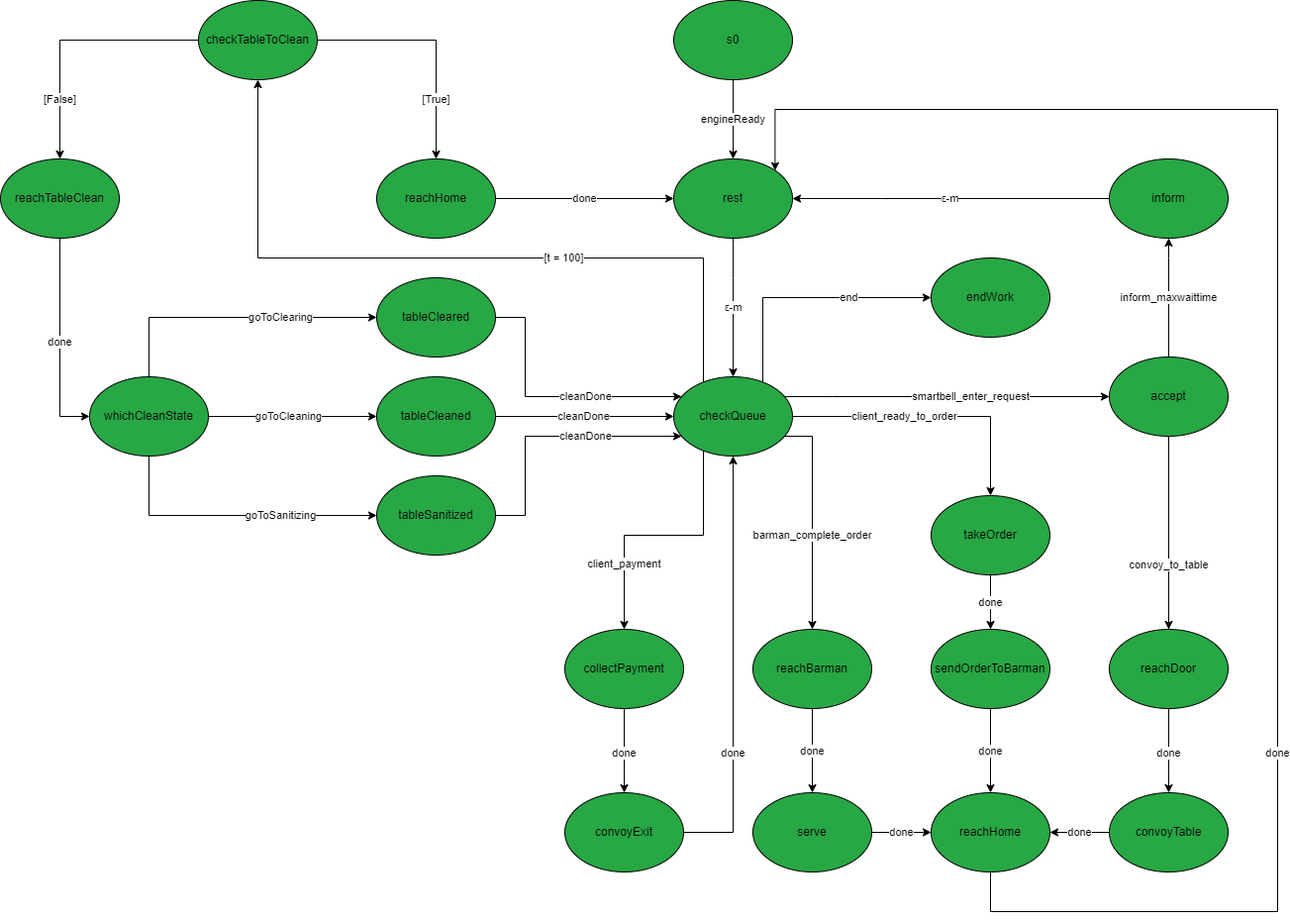
This is doc/assets/statiWaiterMind.png from it9tst/iss2020---UniBO, a draw.io export, as it was before one commit. Source tidied: cells renumbered, new cells last; positions are measured from the earlier drawing's top-left corner, leaving out a move shared by most shapes.
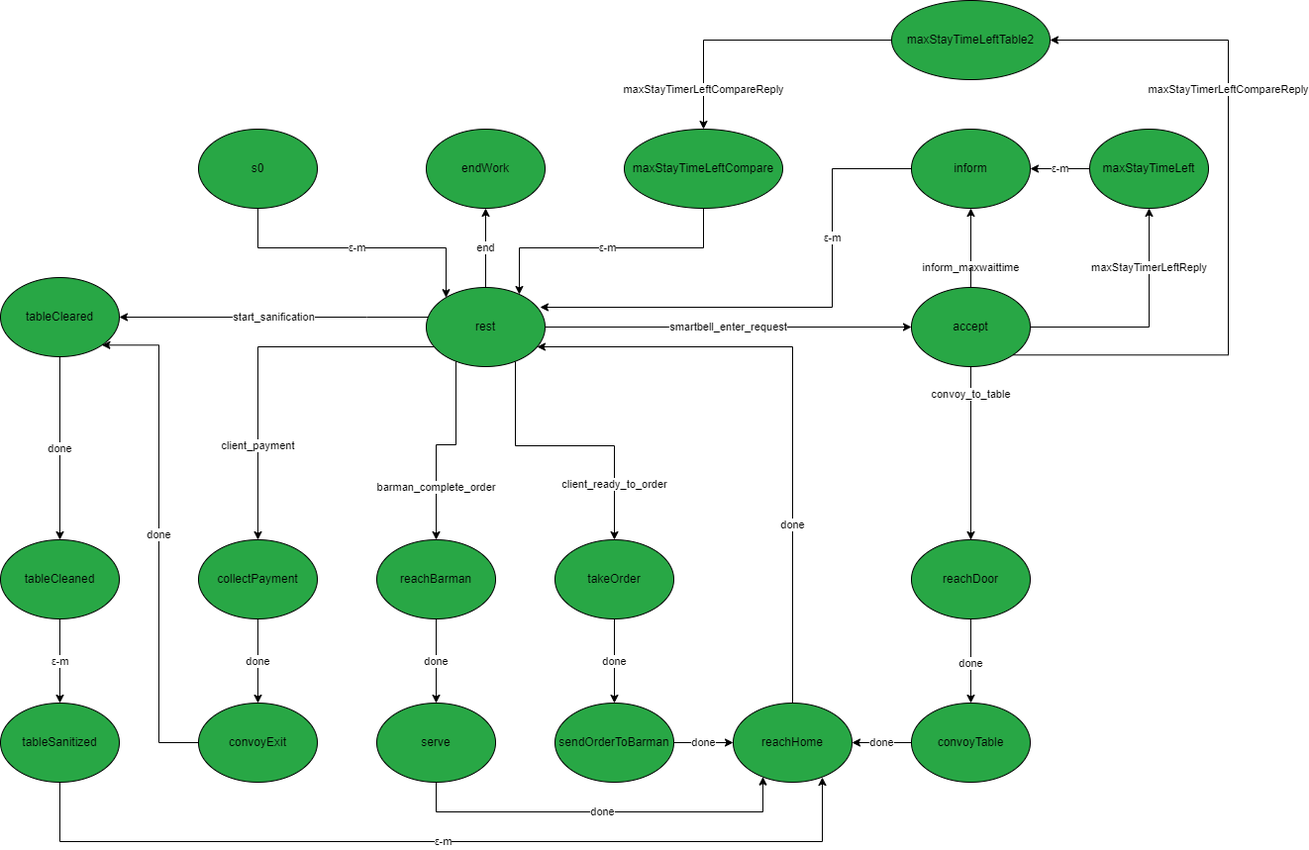
After the change.

The edit, as a diff of the source:
```diff
@@ -2,126 +2,136 @@
   <root>
     <mxCell id="0" />
     <mxCell id="1" parent="0" />
-    <mxCell id="2" value="ε-m" style="edgeStyle=orthogonalEdgeStyle;rounded=0;jettySize=auto;html=1;entryX=0.5;entryY=0;entryDx=0;entryDy=0;" parent="1" edge="1" source="3" target="10">
+    <mxCell id="2" value="ε-m" style="edgeStyle=orthogonalEdgeStyle;rounded=0;jettySize=auto;html=1;" parent="1" edge="1" source="3" target="10">
       <mxGeometry relative="1" as="geometry">
         <Array as="points">
-          <mxPoint x="740" y="280" />
-          <mxPoint x="740" y="280" />
+          <mxPoint x="650" y="340" />
         </Array>
       </mxGeometry>
     </mxCell>
-    <mxCell id="3" value="rest" style="ellipse;whiteSpace=wrap;html=1;fillColor=#28A745;" parent="1" vertex="1">
-      <mxGeometry x="680" y="160" width="120" height="80" as="geometry" />
+    <mxCell id="3" value="s0" style="ellipse;whiteSpace=wrap;html=1;fillColor=#28A745;" parent="1" vertex="1">
+      <mxGeometry x="400" y="220" width="120" height="80" as="geometry" />
     </mxCell>
     <mxCell id="4" value="smartbell_enter_request" style="edgeStyle=orthogonalEdgeStyle;rounded=0;jettySize=auto;html=1;" parent="1" edge="1" source="10" target="13">
-      <mxGeometry x="0.15" relative="1" as="geometry">
+      <mxGeometry relative="1" as="geometry">
         <Array as="points">
-          <mxPoint x="840" y="400" />
-          <mxPoint x="840" y="400" />
+          <mxPoint x="930" y="420" />
+          <mxPoint x="930" y="420" />
         </Array>
       </mxGeometry>
     </mxCell>
     <mxCell id="5" value="end" style="edgeStyle=orthogonalEdgeStyle;rounded=0;jettySize=auto;html=1;" parent="1" edge="1" source="10" target="14">
-      <mxGeometry x="0.35" relative="1" as="geometry">
+      <mxGeometry relative="1" as="geometry">
         <Array as="points">
-          <mxPoint x="770" y="300" />
+          <mxPoint x="690" y="290" />
+          <mxPoint x="690" y="290" />
         </Array>
       </mxGeometry>
     </mxCell>
     <mxCell id="6" value="client_ready_to_order" style="edgeStyle=orthogonalEdgeStyle;rounded=0;jettySize=auto;html=1;" parent="1" edge="1" source="10" target="16">
-      <mxGeometry x="-0.19" relative="1" as="geometry">
+      <mxGeometry x="0.6" relative="1" as="geometry">
         <Array as="points">
-          <mxPoint x="1000" y="420" />
+          <mxPoint x="720" y="540" />
+          <mxPoint x="820" y="540" />
         </Array>
       </mxGeometry>
     </mxCell>
     <mxCell id="7" value="barman_complete_order" style="edgeStyle=orthogonalEdgeStyle;rounded=0;jettySize=auto;html=1;" parent="1" edge="1" source="10" target="18">
-      <mxGeometry x="0.15" relative="1" as="geometry">
+      <mxGeometry x="0.47" relative="1" as="geometry">
         <Array as="points">
-          <mxPoint x="820" y="440" />
+          <mxPoint x="660" y="539" />
+          <mxPoint x="640" y="539" />
         </Array>
       </mxGeometry>
     </mxCell>
     <mxCell id="8" value="client_payment" style="edgeStyle=orthogonalEdgeStyle;rounded=0;jettySize=auto;html=1;" parent="1" edge="1" source="10" target="20">
       <mxGeometry x="0.49" relative="1" as="geometry">
         <Array as="points">
-          <mxPoint x="710" y="540" />
-          <mxPoint x="630" y="540" />
+          <mxPoint x="460" y="440" />
         </Array>
       </mxGeometry>
     </mxCell>
-    <mxCell id="9" value="[t = 100]" style="edgeStyle=orthogonalEdgeStyle;rounded=0;jettySize=auto;html=1;entryX=0.5;entryY=1;entryDx=0;entryDy=0;" parent="1" edge="1" source="10" target="45">
-      <mxGeometry x="-0.3" relative="1" as="geometry">
+    <mxCell id="9" value="start_sanification" style="edgeStyle=orthogonalEdgeStyle;rounded=0;jettySize=auto;html=1;" parent="1" edge="1" source="10" target="22">
+      <mxGeometry relative="1" as="geometry">
         <Array as="points">
-          <mxPoint x="710" y="260" />
-          <mxPoint x="260" y="260" />
+          <mxPoint x="570" y="410" />
+          <mxPoint x="570" y="410" />
         </Array>
       </mxGeometry>
     </mxCell>
-    <mxCell id="10" value="checkQueue" style="ellipse;whiteSpace=wrap;html=1;fillColor=#28A745;" parent="1" vertex="1">
-      <mxGeometry x="680" y="380" width="120" height="80" as="geometry" />
+    <mxCell id="10" value="rest" style="ellipse;whiteSpace=wrap;html=1;fillColor=#28A745;" parent="1" vertex="1">
+      <mxGeometry x="630" y="380" width="120" height="80" as="geometry" />
     </mxCell>
     <mxCell id="11" value="inform_maxwaittime" style="edgeStyle=orthogonalEdgeStyle;rounded=0;jettySize=auto;html=1;" parent="1" edge="1" source="13" target="24">
-      <mxGeometry relative="1" as="geometry">
+      <mxGeometry x="-0.5" relative="1" as="geometry">
         <Array as="points">
           <mxPoint x="1180" y="260" />
         </Array>
       </mxGeometry>
     </mxCell>
     <mxCell id="12" value="convoy_to_table" style="edgeStyle=orthogonalEdgeStyle;rounded=0;jettySize=auto;html=1;" parent="1" edge="1" source="13" target="26">
-      <mxGeometry x="0.33" relative="1" as="geometry">
+      <mxGeometry relative="1" as="geometry">
         <Array as="points">
           <mxPoint x="1180" y="360" />
         </Array>
       </mxGeometry>
     </mxCell>
+    <mxCell id="54" value="maxStayTimerLeftReply" style="edgeStyle=orthogonalEdgeStyle;rounded=0;jettySize=auto;html=1;entryX=0.5;entryY=1;entryDx=0;entryDy=0;" parent="1" edge="1" source="13" target="59">
+      <mxGeometry x="0.5" relative="1" as="geometry">
+        <Array as="points">
+          <mxPoint x="1360" y="420" />
+          <mxPoint x="1360" y="300" />
+        </Array>
+      </mxGeometry>
+    </mxCell>
+    <mxCell id="55" value="maxStayTimerLeftCompareReply" style="edgeStyle=orthogonalEdgeStyle;rounded=0;jettySize=auto;html=1;exitX=1;exitY=1;exitDx=0;exitDy=0;entryX=1;entryY=0.5;entryDx=0;entryDy=0;" parent="1" edge="1" source="13" target="61">
+      <mxGeometry x="0.36" relative="1" as="geometry">
+        <Array as="points">
+          <mxPoint x="1440" y="448" />
+          <mxPoint x="1440" y="130" />
+        </Array>
+      </mxGeometry>
+    </mxCell>
     <mxCell id="13" value="accept" style="ellipse;whiteSpace=wrap;html=1;fillColor=#28A745;" parent="1" vertex="1">
-      <mxGeometry x="1120" y="360" width="120" height="80" as="geometry" />
+      <mxGeometry x="1120" y="380" width="120" height="80" as="geometry" />
     </mxCell>
     <mxCell id="14" value="endWork" style="ellipse;whiteSpace=wrap;html=1;fillColor=#28A745;" parent="1" vertex="1">
-      <mxGeometry x="940" y="260" width="120" height="80" as="geometry" />
+      <mxGeometry x="630" y="220" width="120" height="80" as="geometry" />
     </mxCell>
     <mxCell id="15" value="done" style="edgeStyle=orthogonalEdgeStyle;rounded=0;jettySize=auto;html=1;" parent="1" edge="1" source="16" target="32">
       <mxGeometry relative="1" as="geometry" />
     </mxCell>
     <mxCell id="16" value="takeOrder" style="ellipse;whiteSpace=wrap;html=1;fillColor=#28A745;" parent="1" vertex="1">
-      <mxGeometry x="940" y="500" width="120" height="80" as="geometry" />
+      <mxGeometry x="760" y="635" width="120" height="80" as="geometry" />
     </mxCell>
     <mxCell id="17" value="done" style="edgeStyle=orthogonalEdgeStyle;rounded=0;jettySize=auto;html=1;" parent="1" edge="1" source="18" target="34">
       <mxGeometry relative="1" as="geometry" />
     </mxCell>
     <mxCell id="18" value="reachBarman" style="ellipse;whiteSpace=wrap;html=1;fillColor=#28A745;" parent="1" vertex="1">
-      <mxGeometry x="760" y="635" width="120" height="80" as="geometry" />
+      <mxGeometry x="580" y="635" width="120" height="80" as="geometry" />
     </mxCell>
     <mxCell id="19" value="done" style="edgeStyle=orthogonalEdgeStyle;rounded=0;jettySize=auto;html=1;" parent="1" edge="1" source="20" target="36">
-      <mxGeometry x="0.06" relative="1" as="geometry" />
+      <mxGeometry relative="1" as="geometry" />
     </mxCell>
     <mxCell id="20" value="collectPayment" style="ellipse;whiteSpace=wrap;html=1;fillColor=#28A745;" parent="1" vertex="1">
-      <mxGeometry x="570" y="635" width="120" height="80" as="geometry" />
+      <mxGeometry x="400" y="635" width="120" height="80" as="geometry" />
     </mxCell>
-    <mxCell id="21" value="cleanDone" style="edgeStyle=orthogonalEdgeStyle;rounded=0;jettySize=auto;html=1;" parent="1" edge="1" source="22" target="10">
-      <mxGeometry x="0.27" relative="1" as="geometry">
-        <Array as="points">
-          <mxPoint x="530" y="320" />
-          <mxPoint x="530" y="400" />
-        </Array>
-        <mxPoint x="1" as="offset" />
-      </mxGeometry>
+    <mxCell id="21" value="done" style="edgeStyle=orthogonalEdgeStyle;rounded=0;jettySize=auto;html=1;" parent="1" edge="1" source="22" target="38">
+      <mxGeometry relative="1" as="geometry" />
     </mxCell>
     <mxCell id="22" value="tableCleared" style="ellipse;whiteSpace=wrap;html=1;fillColor=#28A745;" parent="1" vertex="1">
-      <mxGeometry x="380" y="280" width="120" height="80" as="geometry" />
+      <mxGeometry x="200" y="370" width="120" height="80" as="geometry" />
     </mxCell>
-    <mxCell id="23" value="ε-m" style="edgeStyle=orthogonalEdgeStyle;rounded=0;jettySize=auto;html=1;entryX=1;entryY=0.5;entryDx=0;entryDy=0;" parent="1" edge="1" source="24" target="3">
-      <mxGeometry relative="1" as="geometry">
+    <mxCell id="23" value="ε-m" style="edgeStyle=orthogonalEdgeStyle;rounded=0;jettySize=auto;html=1;entryX=0.958;entryY=0.25;entryDx=0;entryDy=0;entryPerimeter=0;" parent="1" edge="1" source="24" target="10">
+      <mxGeometry x="-0.42" relative="1" as="geometry">
         <Array as="points">
-          <mxPoint x="890" y="200" />
-          <mxPoint x="890" y="200" />
+          <mxPoint x="1040" y="260" />
+          <mxPoint x="1040" y="400" />
         </Array>
-        <mxPoint x="-1" as="offset" />
       </mxGeometry>
     </mxCell>
     <mxCell id="24" value="inform" style="ellipse;whiteSpace=wrap;html=1;fillColor=#28A745;" parent="1" vertex="1">
-      <mxGeometry x="1120" y="160" width="120" height="80" as="geometry" />
+      <mxGeometry x="1120" y="220" width="120" height="80" as="geometry" />
     </mxCell>
     <mxCell id="25" value="done" style="edgeStyle=orthogonalEdgeStyle;rounded=0;jettySize=auto;html=1;" parent="1" edge="1" source="26" target="28">
       <mxGeometry x="0.54" relative="1" as="geometry">
@@ -145,13 +155,10 @@
     <mxCell id="28" value="convoyTable" style="ellipse;whiteSpace=wrap;html=1;fillColor=#28A745;" parent="1" vertex="1">
       <mxGeometry x="1120" y="800" width="120" height="80" as="geometry" />
     </mxCell>
-    <mxCell id="29" value="done" style="edgeStyle=orthogonalEdgeStyle;rounded=0;jettySize=auto;html=1;entryX=1;entryY=0;entryDx=0;entryDy=0;" parent="1" edge="1" source="30" target="3">
-      <mxGeometry x="-0.43" relative="1" as="geometry">
+    <mxCell id="29" value="done" style="edgeStyle=orthogonalEdgeStyle;rounded=0;jettySize=auto;html=1;" parent="1" edge="1" source="30" target="10">
+      <mxGeometry x="-0.42" relative="1" as="geometry">
         <Array as="points">
-          <mxPoint x="1000" y="920" />
-          <mxPoint x="1290" y="920" />
-          <mxPoint x="1290" y="110" />
-          <mxPoint x="782" y="110" />
+          <mxPoint x="1000" y="440" />
         </Array>
       </mxGeometry>
     </mxCell>
@@ -162,107 +169,69 @@
       <mxGeometry relative="1" as="geometry" />
     </mxCell>
     <mxCell id="32" value="sendOrderToBarman" style="ellipse;whiteSpace=wrap;html=1;fillColor=#28A745;" parent="1" vertex="1">
-      <mxGeometry x="940" y="635" width="120" height="80" as="geometry" />
+      <mxGeometry x="760" y="800" width="120" height="80" as="geometry" />
     </mxCell>
     <mxCell id="33" value="done" style="edgeStyle=orthogonalEdgeStyle;rounded=0;jettySize=auto;html=1;" parent="1" edge="1" source="34" target="30">
       <mxGeometry relative="1" as="geometry">
         <Array as="points">
-          <mxPoint x="810" y="840" />
-          <mxPoint x="810" y="840" />
+          <mxPoint x="640" y="910" />
+          <mxPoint x="970" y="910" />
         </Array>
       </mxGeometry>
     </mxCell>
     <mxCell id="34" value="serve" style="ellipse;whiteSpace=wrap;html=1;fillColor=#28A745;" parent="1" vertex="1">
-      <mxGeometry x="760" y="800" width="120" height="80" as="geometry" />
+      <mxGeometry x="580" y="800" width="120" height="80" as="geometry" />
     </mxCell>
-    <mxCell id="35" value="done" style="edgeStyle=orthogonalEdgeStyle;rounded=0;jettySize=auto;html=1;entryX=0.5;entryY=1;entryDx=0;entryDy=0;" parent="1" edge="1" source="36" target="10">
-      <mxGeometry x="-0.4" relative="1" as="geometry">
+    <mxCell id="35" value="done" style="edgeStyle=orthogonalEdgeStyle;rounded=0;jettySize=auto;html=1;entryX=1;entryY=1;entryDx=0;entryDy=0;" parent="1" edge="1" source="36" target="22">
+      <mxGeometry relative="1" as="geometry">
         <Array as="points">
-          <mxPoint x="740" y="840" />
+          <mxPoint x="360" y="840" />
+          <mxPoint x="360" y="438" />
         </Array>
       </mxGeometry>
     </mxCell>
     <mxCell id="36" value="convoyExit" style="ellipse;whiteSpace=wrap;html=1;fillColor=#28A745;" parent="1" vertex="1">
-      <mxGeometry x="570" y="800" width="120" height="80" as="geometry" />
+      <mxGeometry x="400" y="800" width="120" height="80" as="geometry" />
     </mxCell>
-    <mxCell id="37" value="cleanDone" style="edgeStyle=orthogonalEdgeStyle;rounded=0;jettySize=auto;html=1;" parent="1" edge="1" source="38" target="10">
-      <mxGeometry relative="1" as="geometry">
-        <Array as="points">
-          <mxPoint x="490" y="420" />
-          <mxPoint x="490" y="420" />
-        </Array>
-        <mxPoint x="-1" as="offset" />
-      </mxGeometry>
-    </mxCell>
+    <mxCell id="56" value="ε-m" style="edgeStyle=orthogonalEdgeStyle;rounded=0;jettySize=auto;html=1;" parent="1" edge="1" source="38" target="40">
+      <mxGeometry relative="1" as="geometry" />
+    </mxCell>
     <mxCell id="38" value="tableCleaned" style="ellipse;whiteSpace=wrap;html=1;fillColor=#28A745;" parent="1" vertex="1">
-      <mxGeometry x="380" y="380" width="120" height="80" as="geometry" />
+      <mxGeometry x="200" y="635" width="120" height="80" as="geometry" />
     </mxCell>
-    <mxCell id="39" value="cleanDone" style="edgeStyle=orthogonalEdgeStyle;rounded=0;jettySize=auto;html=1;exitX=1;exitY=0.5;exitDx=0;exitDy=0;" parent="1" edge="1" source="40" target="10">
-      <mxGeometry x="0.27" relative="1" as="geometry">
-        <Array as="points">
-          <mxPoint x="530" y="520" />
-          <mxPoint x="530" y="440" />
-        </Array>
-        <mxPoint x="1" as="offset" />
-      </mxGeometry>
-    </mxCell>
+    <mxCell id="57" value="ε-m" style="edgeStyle=orthogonalEdgeStyle;rounded=0;jettySize=auto;html=1;entryX=0.75;entryY=0.938;entryDx=0;entryDy=0;entryPerimeter=0;" parent="1" edge="1" source="40" target="30">
+      <mxGeometry relative="1" as="geometry">
+        <Array as="points">
+          <mxPoint x="260" y="940" />
+          <mxPoint x="1030" y="940" />
+        </Array>
+      </mxGeometry>
+    </mxCell>
     <mxCell id="40" value="tableSanitized" style="ellipse;whiteSpace=wrap;html=1;fillColor=#28A745;" parent="1" vertex="1">
-      <mxGeometry x="380" y="480" width="120" height="80" as="geometry" />
+      <mxGeometry x="200" y="800" width="120" height="80" as="geometry" />
     </mxCell>
-    <mxCell id="41" value="s0" style="ellipse;whiteSpace=wrap;html=1;fillColor=#28A745;" parent="1" vertex="1">
-      <mxGeometry x="680" width="120" height="80" as="geometry" />
-    </mxCell>
-    <mxCell id="42" value="engineReady" style="edgeStyle=orthogonalEdgeStyle;rounded=0;jettySize=auto;html=1;exitX=0.5;exitY=1;exitDx=0;exitDy=0;" parent="1" edge="1" source="41" target="3">
-      <mxGeometry relative="1" as="geometry">
-        <Array as="points">
-          <mxPoint x="740" y="80" />
-        </Array>
-      </mxGeometry>
-    </mxCell>
-    <mxCell id="43" value="[True]" style="edgeStyle=orthogonalEdgeStyle;rounded=0;jettySize=auto;html=1;entryX=0.5;entryY=0;entryDx=0;entryDy=0;exitX=1;exitY=0.5;exitDx=0;exitDy=0;" parent="1" edge="1" source="45" target="47">
-      <mxGeometry x="0.5" relative="1" as="geometry">
-        <Array as="points">
-          <mxPoint x="440" y="40" />
-        </Array>
-      </mxGeometry>
-    </mxCell>
-    <mxCell id="44" value="[False]" style="edgeStyle=orthogonalEdgeStyle;rounded=0;jettySize=auto;html=1;entryX=0.5;entryY=0;entryDx=0;entryDy=0;" parent="1" edge="1" source="45" target="49">
-      <mxGeometry x="0.54" relative="1" as="geometry" />
-    </mxCell>
-    <mxCell id="45" value="checkTableToClean" style="ellipse;whiteSpace=wrap;html=1;fillColor=#28A745;" parent="1" vertex="1">
-      <mxGeometry x="200" width="120" height="80" as="geometry" />
-    </mxCell>
-    <mxCell id="46" value="done" style="edgeStyle=orthogonalEdgeStyle;rounded=0;jettySize=auto;html=1;" parent="1" edge="1" source="47" target="3">
-      <mxGeometry relative="1" as="geometry" />
-    </mxCell>
-    <mxCell id="47" value="reachHome" style="ellipse;whiteSpace=wrap;html=1;fillColor=#28A745;" parent="1" vertex="1">
-      <mxGeometry x="380" y="160" width="120" height="80" as="geometry" />
-    </mxCell>
-    <mxCell id="48" value="done" style="edgeStyle=orthogonalEdgeStyle;rounded=0;jettySize=auto;html=1;entryX=0;entryY=0.5;entryDx=0;entryDy=0;" parent="1" edge="1" source="49" target="53">
-      <mxGeometry relative="1" as="geometry" />
-    </mxCell>
-    <mxCell id="49" value="reachTableClean" style="ellipse;whiteSpace=wrap;html=1;fillColor=#28A745;" parent="1" vertex="1">
-      <mxGeometry y="160" width="120" height="80" as="geometry" />
-    </mxCell>
-    <mxCell id="50" value="goToClearing" style="edgeStyle=orthogonalEdgeStyle;rounded=0;jettySize=auto;html=1;entryX=0;entryY=0.5;entryDx=0;entryDy=0;" parent="1" edge="1" source="53" target="22">
-      <mxGeometry x="0.33" relative="1" as="geometry">
-        <Array as="points">
-          <mxPoint x="150" y="320" />
-        </Array>
-      </mxGeometry>
-    </mxCell>
-    <mxCell id="51" value="goToCleaning" style="edgeStyle=orthogonalEdgeStyle;rounded=0;jettySize=auto;html=1;" parent="1" edge="1" source="53" target="38">
-      <mxGeometry x="-0.05" relative="1" as="geometry" />
-    </mxCell>
-    <mxCell id="52" value="goToSanitizing" style="edgeStyle=orthogonalEdgeStyle;rounded=0;jettySize=auto;html=1;entryX=0;entryY=0.5;entryDx=0;entryDy=0;" parent="1" edge="1" source="53" target="40">
-      <mxGeometry x="0.33" relative="1" as="geometry">
-        <Array as="points">
-          <mxPoint x="150" y="520" />
-        </Array>
-      </mxGeometry>
-    </mxCell>
-    <mxCell id="53" value="whichCleanState" style="ellipse;whiteSpace=wrap;html=1;fillColor=#28A745;" parent="1" vertex="1">
-      <mxGeometry x="90" y="380" width="120" height="80" as="geometry" />
-    </mxCell>
+    <mxCell id="58" value="ε-m" style="edgeStyle=orthogonalEdgeStyle;rounded=0;jettySize=auto;html=1;entryX=1;entryY=0.5;entryDx=0;entryDy=0;" parent="1" edge="1" source="59" target="24">
+      <mxGeometry relative="1" as="geometry" />
+    </mxCell>
+    <mxCell id="59" value="maxStayTimeLeft" style="ellipse;whiteSpace=wrap;html=1;fillColor=#28A745;" parent="1" vertex="1">
+      <mxGeometry x="1300" y="220" width="120" height="80" as="geometry" />
+    </mxCell>
+    <mxCell id="60" value="maxStayTimerLeftCompareReply" style="edgeStyle=orthogonalEdgeStyle;rounded=0;jettySize=auto;html=1;entryX=0.5;entryY=0;entryDx=0;entryDy=0;" parent="1" edge="1" source="61" target="63">
+      <mxGeometry x="0.71" relative="1" as="geometry" />
+    </mxCell>
+    <mxCell id="61" value="maxStayTimeLeftTable2" style="ellipse;whiteSpace=wrap;html=1;fillColor=#28A745;" parent="1" vertex="1">
+      <mxGeometry x="1100" y="90" width="160" height="80" as="geometry" />
+    </mxCell>
+    <mxCell id="62" value="ε-m" style="edgeStyle=orthogonalEdgeStyle;rounded=0;jettySize=auto;html=1;entryX=0.783;entryY=0.088;entryDx=0;entryDy=0;entryPerimeter=0;" parent="1" edge="1" source="63" target="10">
+      <mxGeometry relative="1" as="geometry">
+        <Array as="points">
+          <mxPoint x="910" y="340" />
+          <mxPoint x="724" y="340" />
+        </Array>
+      </mxGeometry>
+    </mxCell>
+    <mxCell id="63" value="maxStayTimeLeftCompare" style="ellipse;whiteSpace=wrap;html=1;fillColor=#28A745;" parent="1" vertex="1">
+      <mxGeometry x="830" y="220" width="160" height="80" as="geometry" />
+    </mxCell>
   </root>
 </mxGraphModel>
```
